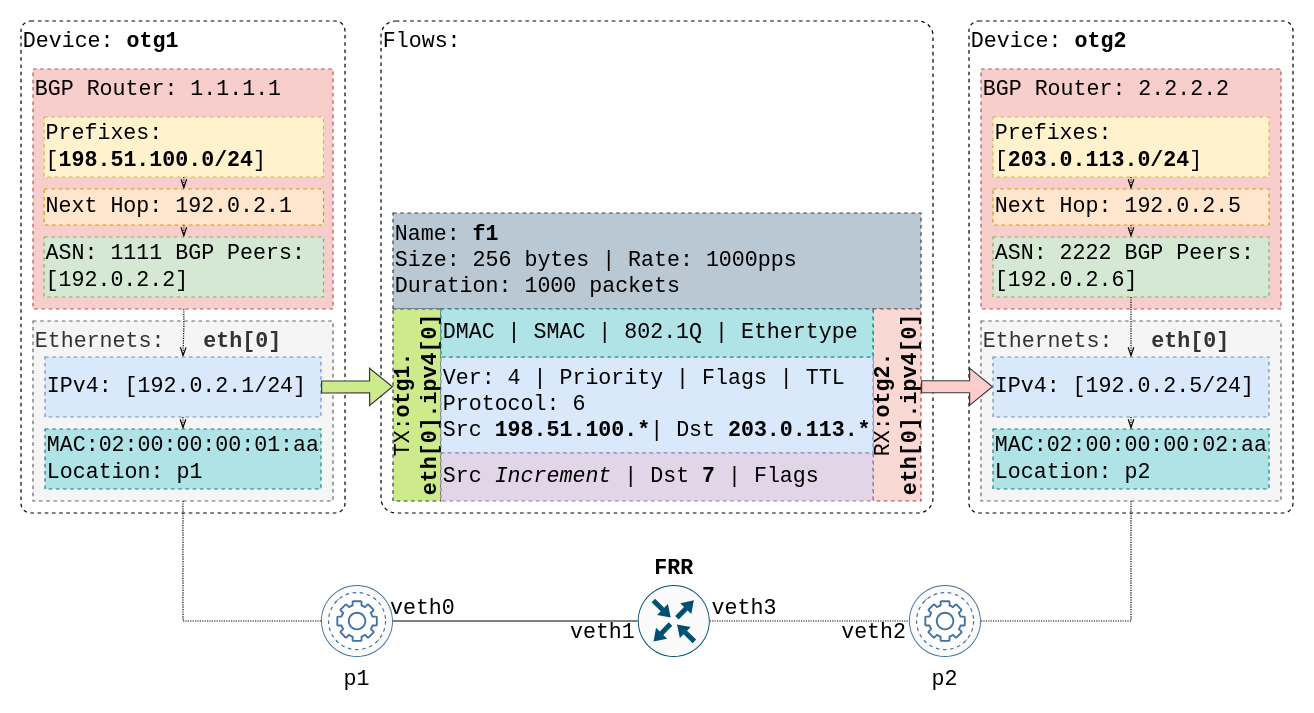
Earlier version of the draw.io diagram page "cpdp-frr-otg" (7 of 10) of drawio/otg-examples.drawio (open-traffic-generator/otg-examples). Source tidied: cells renumbered, new cells numbered last; positions are measured from the earlier drawing's top-left corner, leaving out a move shared by most shapes. Both pictures are drawn from the tidied source at 120%, with x=0, y=0 at pixel (20, 20).
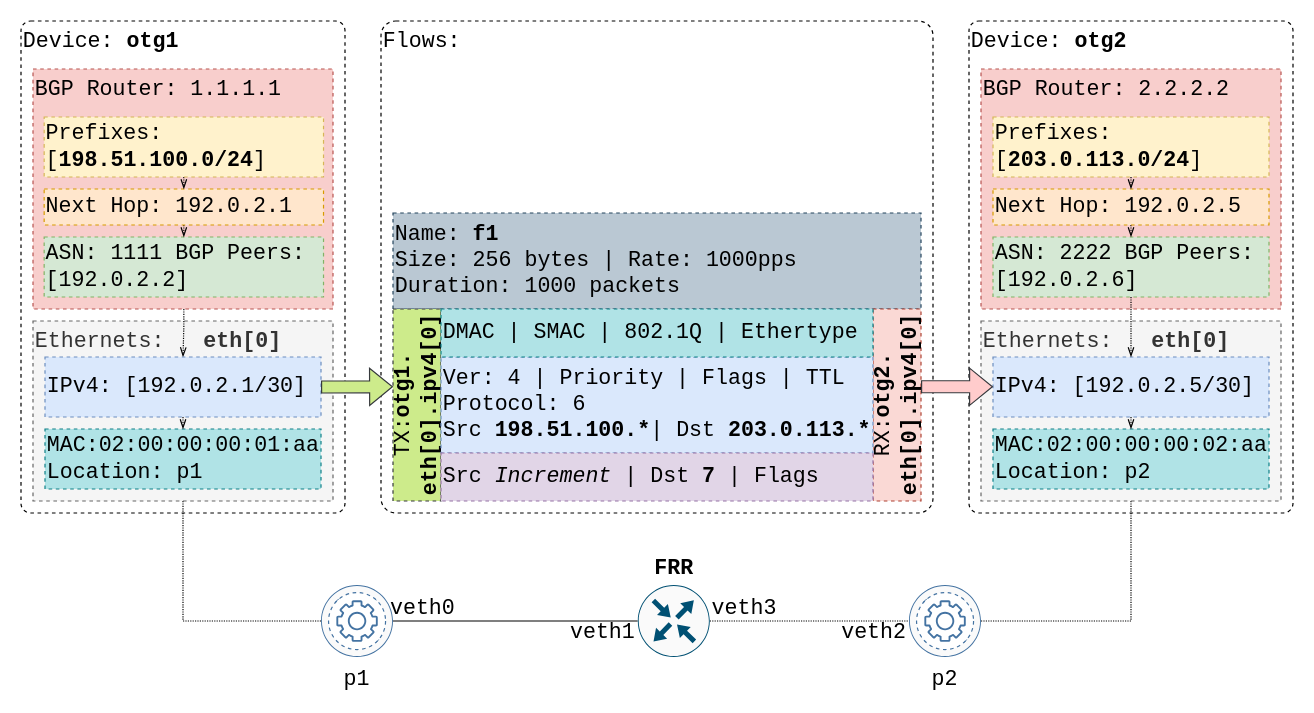
The same page after the edit.

Commit message (it also covers changes not shown here):
otg-diagram

The edit, as a diff of the source:
```diff
@@
-    <mxCell id="22" value="IPv4: [192.0.2.1/24]" style="rounded=0;whiteSpace=wrap;html=1;dashed=1;labelBackgroundColor=none;fontFamily=Courier New;fontSize=18;fillColor=#dae8fc;verticalAlign=middle;align=left;strokeColor=#6c8ebf;" parent="1" vertex="1">
+    <mxCell id="22" value="IPv4: [192.0.2.1/30]" style="rounded=0;whiteSpace=wrap;html=1;dashed=1;labelBackgroundColor=none;fontFamily=Courier New;fontSize=18;fillColor=#dae8fc;verticalAlign=middle;align=left;strokeColor=#6c8ebf;" parent="1" vertex="1">
       <mxGeometry x="20" y="280" width="230" height="50" as="geometry" />
     </mxCell>
@@
-    <mxCell id="33" value="IPv4: [192.0.2.5/24]" style="rounded=0;whiteSpace=wrap;html=1;dashed=1;labelBackgroundColor=none;fontFamily=Courier New;fontSize=18;fillColor=#dae8fc;verticalAlign=middle;align=left;strokeColor=#6c8ebf;" parent="1" vertex="1">
+    <mxCell id="33" value="IPv4: [192.0.2.5/30]" style="rounded=0;whiteSpace=wrap;html=1;dashed=1;labelBackgroundColor=none;fontFamily=Courier New;fontSize=18;fillColor=#dae8fc;verticalAlign=middle;align=left;strokeColor=#6c8ebf;" parent="1" vertex="1">
       <mxGeometry x="810" y="280" width="230" height="50" as="geometry" />
     </mxCell>
```
